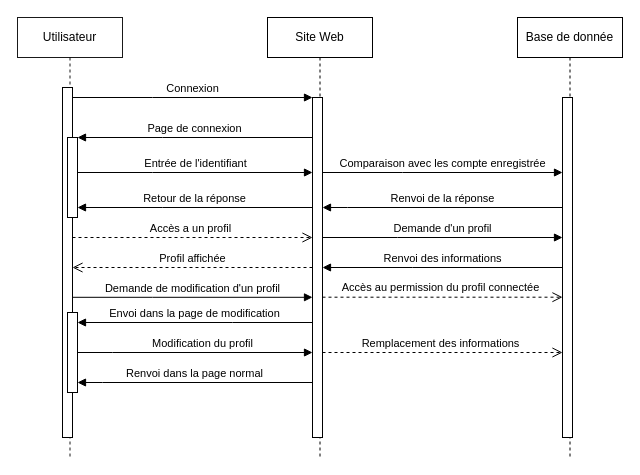
Earlier version of the draw.io diagram Site Web/Séquence.drawio (NergYR/Projet_securite). Source tidied: cells renumbered, new cells numbered last; positions are measured from the earlier drawing's top-left corner, leaving out a move shared by most shapes. Both pictures are drawn from the tidied source at 100%, with x=0, y=0 at pixel (17, 17).
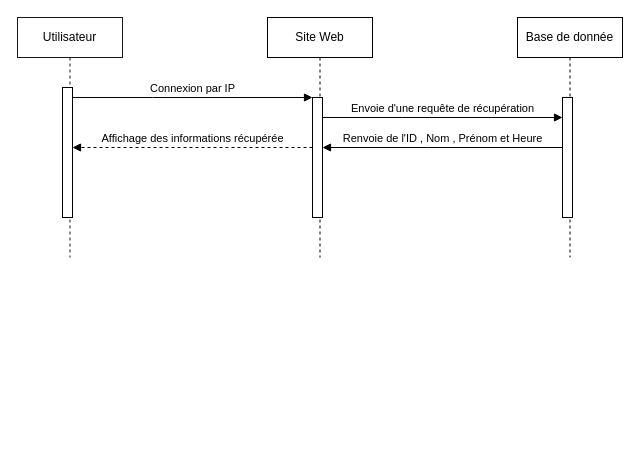
After the change.

Commit message:
Mettre à jour Séquence.drawio

Diff of the diagram source:
```diff
@@
     <mxCell id="2" value="Utilisateur" style="shape=umlLifeline;perimeter=lifelinePerimeter;whiteSpace=wrap;html=1;newEdgeStyle={&quot;edgeStyle&quot;:&quot;elbowEdgeStyle&quot;,&quot;elbow&quot;:&quot;vertical&quot;,&quot;curved&quot;:0,&quot;rounded&quot;:0};rounded=0;glass=0;shadow=0;strokeWidth=1;opacity=90;" parent="1" vertex="1">
-      <mxGeometry width="105" height="440" as="geometry" />
+      <mxGeometry width="105" height="240" as="geometry" />
     </mxCell>
     <mxCell id="3" style="html=1;points=[];perimeter=orthogonalPerimeter;outlineConnect=0;targetShapes=umlLifeline;portConstraint=eastwest;newEdgeStyle={&quot;edgeStyle&quot;:&quot;elbowEdgeStyle&quot;,&quot;elbow&quot;:&quot;vertical&quot;,&quot;curved&quot;:0,&quot;rounded&quot;:0};" parent="2" vertex="1">
-      <mxGeometry x="45" y="70" width="10" height="350" as="geometry" />
+      <mxGeometry x="45" y="70" width="10" height="130" as="geometry" />
     </mxCell>
-    <mxCell id="4" style="html=1;points=[];perimeter=orthogonalPerimeter;outlineConnect=0;targetShapes=umlLifeline;portConstraint=eastwest;newEdgeStyle={&quot;edgeStyle&quot;:&quot;elbowEdgeStyle&quot;,&quot;elbow&quot;:&quot;vertical&quot;,&quot;curved&quot;:0,&quot;rounded&quot;:0};" parent="2" vertex="1">
-      <mxGeometry x="50" y="120" width="10" height="80" as="geometry" />
-    </mxCell>
     <mxCell id="5" value="Site Web" style="shape=umlLifeline;perimeter=lifelinePerimeter;whiteSpace=wrap;html=1;newEdgeStyle={&quot;edgeStyle&quot;:&quot;elbowEdgeStyle&quot;,&quot;elbow&quot;:&quot;vertical&quot;,&quot;curved&quot;:0,&quot;rounded&quot;:0};" parent="1" vertex="1">
-      <mxGeometry x="250" width="105" height="440" as="geometry" />
+      <mxGeometry x="250" width="105" height="240" as="geometry" />
     </mxCell>
     <mxCell id="6" style="html=1;points=[];perimeter=orthogonalPerimeter;outlineConnect=0;targetShapes=umlLifeline;portConstraint=eastwest;newEdgeStyle={&quot;edgeStyle&quot;:&quot;elbowEdgeStyle&quot;,&quot;elbow&quot;:&quot;vertical&quot;,&quot;curved&quot;:0,&quot;rounded&quot;:0};" parent="5" vertex="1">
-      <mxGeometry x="45" y="80" width="10" height="340" as="geometry" />
+      <mxGeometry x="45" y="80" width="10" height="120" as="geometry" />
     </mxCell>
-    <mxCell id="7" value="Connexion" style="html=1;verticalAlign=bottom;endArrow=block;edgeStyle=elbowEdgeStyle;elbow=vertical;curved=0;rounded=0;" parent="1" edge="1" source="3" target="6">
+    <mxCell id="7" value="Connexion par IP" style="html=1;verticalAlign=bottom;endArrow=block;edgeStyle=elbowEdgeStyle;elbow=vertical;curved=0;rounded=0;" parent="1" edge="1" source="3" target="6">
       <mxGeometry relative="1" as="geometry">
         <Array as="points">
           <mxPoint x="135" y="80" />
         </Array>
       </mxGeometry>
     </mxCell>
-    <mxCell id="8" value="Profil affichée" style="html=1;verticalAlign=bottom;endArrow=open;dashed=1;endSize=8;edgeStyle=elbowEdgeStyle;elbow=vertical;curved=0;rounded=0;" parent="1" edge="1" source="6" target="3">
-      <mxGeometry relative="1" as="geometry">
-        <Array as="points">
-          <mxPoint x="130" y="250" />
-          <mxPoint x="175" y="245" />
-          <mxPoint x="160" y="250" />
-          <mxPoint x="145" y="235" />
-          <mxPoint x="130" y="220" />
-          <mxPoint x="175" y="240" />
-          <mxPoint x="150" y="255" />
-          <mxPoint x="150" y="265" />
-          <mxPoint x="165" y="240" />
-          <mxPoint x="145" y="240" />
-        </Array>
-      </mxGeometry>
-    </mxCell>
-    <mxCell id="9" value="Page de connexion" style="html=1;verticalAlign=bottom;endArrow=block;edgeStyle=elbowEdgeStyle;elbow=vertical;curved=0;rounded=0;" parent="1" edge="1" source="6" target="4">
-      <mxGeometry relative="1" as="geometry">
-        <Array as="points">
-          <mxPoint x="145" y="120" />
-        </Array>
-      </mxGeometry>
-    </mxCell>
-    <mxCell id="10" value="Entrée de l'identifiant" style="html=1;verticalAlign=bottom;endArrow=block;edgeStyle=elbowEdgeStyle;elbow=vertical;curved=0;rounded=0;" parent="1" edge="1" target="6">
-      <mxGeometry relative="1" as="geometry">
-        <mxPoint x="60" y="155" as="sourcePoint" />
-        <Array as="points">
-          <mxPoint x="135" y="155" />
-        </Array>
-      </mxGeometry>
-    </mxCell>
-    <mxCell id="11" value="Retour de la réponse" style="html=1;verticalAlign=bottom;endArrow=block;edgeStyle=elbowEdgeStyle;elbow=vertical;curved=0;rounded=0;" parent="1" edge="1" source="6">
-      <mxGeometry relative="1" as="geometry">
-        <mxPoint x="60" y="190" as="targetPoint" />
-        <Array as="points">
-          <mxPoint x="145" y="190" />
-        </Array>
-      </mxGeometry>
-    </mxCell>
-    <mxCell id="12" style="endArrow=open;dashed=1;endFill=0;endSize=8;html=1;rounded=0;edgeStyle=elbowEdgeStyle;elbow=vertical;" parent="1" edge="1" source="3" target="6">
-      <mxGeometry relative="1" as="geometry">
-        <Array as="points">
-          <mxPoint x="165" y="220" />
-          <mxPoint x="195" y="260" />
-        </Array>
-      </mxGeometry>
-    </mxCell>
-    <mxCell id="13" value="Accès a un profil" style="edgeLabel;html=1;align=center;verticalAlign=middle;" parent="12" vertex="1">
-      <mxGeometry x="-0.13" y="1" relative="1" as="geometry">
-        <mxPoint x="13" y="-9" as="offset" />
-      </mxGeometry>
-    </mxCell>
-    <mxCell id="14" value="Demande de modification d'un profil" style="html=1;verticalAlign=bottom;endArrow=block;edgeStyle=elbowEdgeStyle;elbow=vertical;curved=0;rounded=0;" parent="1" edge="1" target="6">
-      <mxGeometry relative="1" as="geometry">
-        <mxPoint x="55" y="279.8" as="sourcePoint" />
-        <Array as="points">
-          <mxPoint x="135" y="279.8" />
-        </Array>
-      </mxGeometry>
-    </mxCell>
-    <mxCell id="15" value="Envoi dans la page de modification" style="html=1;verticalAlign=bottom;endArrow=block;edgeStyle=elbowEdgeStyle;elbow=vertical;curved=0;rounded=0;" parent="1" edge="1" source="6" target="29">
-      <mxGeometry relative="1" as="geometry">
-        <Array as="points">
-          <mxPoint x="215" y="305" />
-          <mxPoint x="110" y="305" />
-          <mxPoint x="80" y="300" />
-          <mxPoint x="140" y="310" />
-        </Array>
-      </mxGeometry>
-    </mxCell>
-    <mxCell id="16" value="Modification du profil" style="html=1;verticalAlign=bottom;endArrow=block;edgeStyle=elbowEdgeStyle;elbow=vertical;curved=0;rounded=0;" parent="1" edge="1" source="29" target="6">
-      <mxGeometry x="0.06" relative="1" as="geometry">
-        <Array as="points">
-          <mxPoint x="95" y="335" />
-          <mxPoint x="270" y="325" />
-          <mxPoint x="155" y="330" />
-          <mxPoint x="110" y="325" />
-          <mxPoint x="140" y="340" />
-        </Array>
-      </mxGeometry>
-    </mxCell>
-    <mxCell id="17" value="Renvoi dans la page normal" style="html=1;verticalAlign=bottom;endArrow=block;edgeStyle=elbowEdgeStyle;elbow=vertical;curved=0;rounded=0;" parent="1" edge="1" source="6" target="29">
-      <mxGeometry relative="1" as="geometry">
-        <Array as="points">
-          <mxPoint x="85" y="365" />
-          <mxPoint x="105" y="350" />
-          <mxPoint x="75" y="345" />
-          <mxPoint x="135" y="355" />
-        </Array>
-      </mxGeometry>
-    </mxCell>
     <mxCell id="18" value="Base de donnée" style="shape=umlLifeline;perimeter=lifelinePerimeter;whiteSpace=wrap;html=1;newEdgeStyle={&quot;edgeStyle&quot;:&quot;elbowEdgeStyle&quot;,&quot;elbow&quot;:&quot;vertical&quot;,&quot;curved&quot;:0,&quot;rounded&quot;:0};" parent="1" vertex="1">
-      <mxGeometry x="500" width="105" height="440" as="geometry" />
+      <mxGeometry x="500" width="105" height="240" as="geometry" />
     </mxCell>
     <mxCell id="19" style="html=1;points=[];perimeter=orthogonalPerimeter;outlineConnect=0;targetShapes=umlLifeline;portConstraint=eastwest;newEdgeStyle={&quot;edgeStyle&quot;:&quot;elbowEdgeStyle&quot;,&quot;elbow&quot;:&quot;vertical&quot;,&quot;curved&quot;:0,&quot;rounded&quot;:0};" parent="18" vertex="1">
-      <mxGeometry x="45" y="80" width="10" height="340" as="geometry" />
+      <mxGeometry x="45" y="80" width="10" height="120" as="geometry" />
     </mxCell>
-    <mxCell id="20" value="Comparaison avec les compte enregistrée" style="html=1;verticalAlign=bottom;endArrow=block;edgeStyle=elbowEdgeStyle;elbow=vertical;curved=0;rounded=0;" parent="1" edge="1" source="6">
-      <mxGeometry relative="1" as="geometry">
-        <mxPoint x="545" y="155" as="targetPoint" />
-        <Array as="points">
-          <mxPoint x="385" y="155" />
-        </Array>
-      </mxGeometry>
-    </mxCell>
-    <mxCell id="21" value="Renvoi de la réponse" style="html=1;verticalAlign=bottom;endArrow=block;edgeStyle=elbowEdgeStyle;elbow=vertical;curved=0;rounded=0;" parent="1" edge="1" source="19">
-      <mxGeometry relative="1" as="geometry">
-        <mxPoint x="305" y="190" as="targetPoint" />
-        <Array as="points">
-          <mxPoint x="330" y="190" />
-          <mxPoint x="495" y="185" />
-          <mxPoint x="390" y="190" />
-        </Array>
-      </mxGeometry>
-    </mxCell>
-    <mxCell id="22" value="Demande d'un profil" style="html=1;verticalAlign=bottom;endArrow=block;edgeStyle=elbowEdgeStyle;elbow=vertical;curved=0;rounded=0;" parent="1" edge="1" source="6" target="19">
-      <mxGeometry relative="1" as="geometry">
-        <Array as="points">
-          <mxPoint x="380" y="220" />
-        </Array>
-      </mxGeometry>
-    </mxCell>
+    <mxCell id="28" style="html=1;verticalAlign=bottom;endArrow=block;edgeStyle=elbowEdgeStyle;elbow=vertical;curved=0;rounded=0;" parent="1" edge="1">
+      <mxGeometry x="0.06" relative="1" as="geometry">
+        <mxPoint x="60" y="340" as="sourcePoint" />
+        <mxPoint x="60" y="339.9" as="targetPoint" />
+      </mxGeometry>
+    </mxCell>
+    <mxCell id="30" value="Envoie d'une requête de récupération" style="html=1;verticalAlign=bottom;endArrow=block;edgeStyle=elbowEdgeStyle;elbow=vertical;curved=0;rounded=0;" parent="1" edge="1">
+      <mxGeometry relative="1" as="geometry">
+        <mxPoint x="305" y="100" as="sourcePoint" />
+        <mxPoint x="545" y="100" as="targetPoint" />
+        <Array as="points">
+          <mxPoint x="385" y="100" />
+        </Array>
+      </mxGeometry>
+    </mxCell>
-    <mxCell id="23" value="Renvoi des informations" style="html=1;verticalAlign=bottom;endArrow=block;edgeStyle=elbowEdgeStyle;elbow=vertical;curved=0;rounded=0;" parent="1" edge="1" source="19" target="6">
+    <mxCell id="23" value="Renvoie de l'ID , Nom , Prénom et Heure" style="html=1;verticalAlign=bottom;endArrow=block;edgeStyle=elbowEdgeStyle;elbow=vertical;curved=0;rounded=0;" parent="1" edge="1" source="19" target="6">
       <mxGeometry relative="1" as="geometry">
         <Array as="points">
-          <mxPoint x="395" y="250" />
+          <mxPoint x="410" y="130" />
+          <mxPoint x="390" y="145" />
         </Array>
       </mxGeometry>
     </mxCell>
-    <mxCell id="24" style="endArrow=open;dashed=1;endFill=0;endSize=8;html=1;rounded=0;edgeStyle=elbowEdgeStyle;elbow=vertical;" parent="1" edge="1" source="6" target="19">
-      <mxGeometry relative="1" as="geometry">
-        <Array as="points">
-          <mxPoint x="410" y="279.7" />
-          <mxPoint x="440" y="319.7" />
-        </Array>
-      </mxGeometry>
-    </mxCell>
-    <mxCell id="25" value="Accès au permission du profil connectée" style="edgeLabel;html=1;align=center;verticalAlign=middle;" parent="24" vertex="1">
-      <mxGeometry x="-0.13" y="1" relative="1" as="geometry">
-        <mxPoint x="13" y="-9" as="offset" />
-      </mxGeometry>
-    </mxCell>
-    <mxCell id="26" style="endArrow=open;dashed=1;endFill=0;endSize=8;html=1;rounded=0;edgeStyle=elbowEdgeStyle;elbow=vertical;" parent="1" edge="1" source="6" target="19">
-      <mxGeometry relative="1" as="geometry">
-        <Array as="points">
-          <mxPoint x="410" y="335" />
-          <mxPoint x="440" y="375" />
-        </Array>
-      </mxGeometry>
-    </mxCell>
-    <mxCell id="27" value="Remplacement des informations" style="edgeLabel;html=1;align=center;verticalAlign=middle;" parent="26" vertex="1">
-      <mxGeometry x="-0.13" y="1" relative="1" as="geometry">
-        <mxPoint x="13" y="-9" as="offset" />
-      </mxGeometry>
-    </mxCell>
-    <mxCell id="28" style="html=1;verticalAlign=bottom;endArrow=block;edgeStyle=elbowEdgeStyle;elbow=vertical;curved=0;rounded=0;" parent="1" edge="1" target="29">
-      <mxGeometry x="0.06" relative="1" as="geometry">
-        <mxPoint x="60" y="340" as="sourcePoint" />
-      </mxGeometry>
-    </mxCell>
-    <mxCell id="29" style="html=1;points=[];perimeter=orthogonalPerimeter;outlineConnect=0;targetShapes=umlLifeline;portConstraint=eastwest;newEdgeStyle={&quot;edgeStyle&quot;:&quot;elbowEdgeStyle&quot;,&quot;elbow&quot;:&quot;vertical&quot;,&quot;curved&quot;:0,&quot;rounded&quot;:0};" parent="1" vertex="1">
-      <mxGeometry x="50" y="295" width="10" height="80" as="geometry" />
-    </mxCell>
+    <mxCell id="8" value="Affichage des informations récupérée" style="html=1;verticalAlign=bottom;endArrow=block;edgeStyle=elbowEdgeStyle;elbow=vertical;curved=0;rounded=0;dashed=1;" parent="1" edge="1" source="6" target="3">
+      <mxGeometry relative="1" as="geometry">
+        <Array as="points">
+          <mxPoint x="210" y="130" />
+          <mxPoint x="155" y="140" />
+          <mxPoint x="135" y="155" />
+        </Array>
+      </mxGeometry>
+    </mxCell>
```
